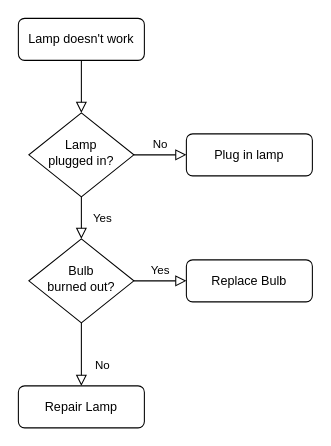
ywdlucking/uml keeps this draw.io diagram as 流程.drawio. Above is the earlier version. Source tidied: cells renumbered, new cells numbered last; positions are measured from the earlier drawing's top-left corner, leaving out a move shared by most shapes. Both pictures are drawn from the tidied source at 105%, with x=0, y=0 at pixel (18, 18).
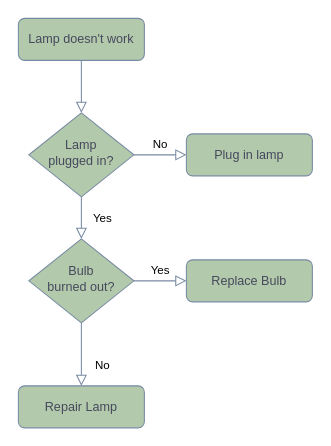
The same diagram, later.

Change to the diagram source:
```diff
@@
 <mxGraphModel>
   <root>
     <mxCell id="0" />
     <mxCell id="1" parent="0" />
-    <mxCell id="2" style="rounded=0;html=1;jettySize=auto;fontSize=11;endArrow=block;endFill=0;endSize=8;strokeWidth=1;shadow=0;labelBackgroundColor=none;edgeStyle=orthogonalEdgeStyle;" parent="1" edge="1" source="3" target="6">
+    <mxCell id="2" style="rounded=0;html=1;jettySize=auto;fontSize=11;endArrow=block;endFill=0;endSize=8;strokeWidth=1;shadow=0;labelBackgroundColor=none;edgeStyle=orthogonalEdgeStyle;strokeColor=#788AA3;fontColor=default;" parent="1" edge="1" source="3" target="6">
       <mxGeometry relative="1" as="geometry" />
     </mxCell>
-    <mxCell id="3" value="Lamp doesn't work" style="rounded=1;whiteSpace=wrap;html=1;fontSize=12;glass=0;strokeWidth=1;shadow=0;" parent="1" vertex="1">
+    <mxCell id="3" value="Lamp doesn't work" style="rounded=1;whiteSpace=wrap;html=1;fontSize=12;glass=0;strokeWidth=1;shadow=0;labelBackgroundColor=none;fillColor=#B2C9AB;strokeColor=#788AA3;fontColor=#46495D;" parent="1" vertex="1">
       <mxGeometry width="120" height="40" as="geometry" />
     </mxCell>
-    <mxCell id="4" value="Yes" style="rounded=0;html=1;jettySize=auto;fontSize=11;endArrow=block;endFill=0;endSize=8;strokeWidth=1;shadow=0;labelBackgroundColor=none;edgeStyle=orthogonalEdgeStyle;" parent="1" edge="1" source="6" target="10">
+    <mxCell id="4" value="Yes" style="rounded=0;html=1;jettySize=auto;fontSize=11;endArrow=block;endFill=0;endSize=8;strokeWidth=1;shadow=0;labelBackgroundColor=none;edgeStyle=orthogonalEdgeStyle;strokeColor=#788AA3;fontColor=default;" parent="1" edge="1" source="6" target="10">
       <mxGeometry y="20" relative="1" as="geometry" />
     </mxCell>
-    <mxCell id="5" value="No" style="edgeStyle=orthogonalEdgeStyle;rounded=0;html=1;jettySize=auto;fontSize=11;endArrow=block;endFill=0;endSize=8;strokeWidth=1;shadow=0;labelBackgroundColor=none;" parent="1" edge="1" source="6" target="7">
+    <mxCell id="5" value="No" style="edgeStyle=orthogonalEdgeStyle;rounded=0;html=1;jettySize=auto;fontSize=11;endArrow=block;endFill=0;endSize=8;strokeWidth=1;shadow=0;labelBackgroundColor=none;strokeColor=#788AA3;fontColor=default;" parent="1" edge="1" source="6" target="7">
       <mxGeometry y="10" relative="1" as="geometry" />
     </mxCell>
-    <mxCell id="6" value="Lamp&lt;br&gt;plugged in?" style="rhombus;whiteSpace=wrap;html=1;shadow=0;fontFamily=Helvetica;fontSize=12;align=center;strokeWidth=1;spacing=6;spacingTop=-4;" parent="1" vertex="1">
+    <mxCell id="6" value="Lamp&lt;br&gt;plugged in?" style="rhombus;whiteSpace=wrap;html=1;shadow=0;fontFamily=Helvetica;fontSize=12;align=center;strokeWidth=1;spacing=6;spacingTop=-4;labelBackgroundColor=none;fillColor=#B2C9AB;strokeColor=#788AA3;fontColor=#46495D;" parent="1" vertex="1">
       <mxGeometry x="10" y="90" width="100" height="80" as="geometry" />
     </mxCell>
-    <mxCell id="7" value="Plug in lamp" style="rounded=1;whiteSpace=wrap;html=1;fontSize=12;glass=0;strokeWidth=1;shadow=0;" parent="1" vertex="1">
+    <mxCell id="7" value="Plug in lamp" style="rounded=1;whiteSpace=wrap;html=1;fontSize=12;glass=0;strokeWidth=1;shadow=0;labelBackgroundColor=none;fillColor=#B2C9AB;strokeColor=#788AA3;fontColor=#46495D;" parent="1" vertex="1">
       <mxGeometry x="160" y="110" width="120" height="40" as="geometry" />
     </mxCell>
-    <mxCell id="8" value="No" style="rounded=0;html=1;jettySize=auto;fontSize=11;endArrow=block;endFill=0;endSize=8;strokeWidth=1;shadow=0;labelBackgroundColor=none;edgeStyle=orthogonalEdgeStyle;" parent="1" edge="1" source="10" target="11">
+    <mxCell id="8" value="No" style="rounded=0;html=1;jettySize=auto;fontSize=11;endArrow=block;endFill=0;endSize=8;strokeWidth=1;shadow=0;labelBackgroundColor=none;edgeStyle=orthogonalEdgeStyle;strokeColor=#788AA3;fontColor=default;" parent="1" edge="1" source="10" target="11">
       <mxGeometry x="0.33" y="20" relative="1" as="geometry" />
     </mxCell>
-    <mxCell id="9" value="Yes" style="edgeStyle=orthogonalEdgeStyle;rounded=0;html=1;jettySize=auto;fontSize=11;endArrow=block;endFill=0;endSize=8;strokeWidth=1;shadow=0;labelBackgroundColor=none;" parent="1" edge="1" source="10" target="12">
+    <mxCell id="9" value="Yes" style="edgeStyle=orthogonalEdgeStyle;rounded=0;html=1;jettySize=auto;fontSize=11;endArrow=block;endFill=0;endSize=8;strokeWidth=1;shadow=0;labelBackgroundColor=none;strokeColor=#788AA3;fontColor=default;" parent="1" edge="1" source="10" target="12">
       <mxGeometry y="10" relative="1" as="geometry" />
     </mxCell>
-    <mxCell id="10" value="Bulb&lt;br&gt;burned out?" style="rhombus;whiteSpace=wrap;html=1;shadow=0;fontFamily=Helvetica;fontSize=12;align=center;strokeWidth=1;spacing=6;spacingTop=-4;" parent="1" vertex="1">
+    <mxCell id="10" value="Bulb&lt;br&gt;burned out?" style="rhombus;whiteSpace=wrap;html=1;shadow=0;fontFamily=Helvetica;fontSize=12;align=center;strokeWidth=1;spacing=6;spacingTop=-4;labelBackgroundColor=none;fillColor=#B2C9AB;strokeColor=#788AA3;fontColor=#46495D;" parent="1" vertex="1">
       <mxGeometry x="10" y="210" width="100" height="80" as="geometry" />
     </mxCell>
-    <mxCell id="11" value="Repair Lamp" style="rounded=1;whiteSpace=wrap;html=1;fontSize=12;glass=0;strokeWidth=1;shadow=0;" parent="1" vertex="1">
+    <mxCell id="11" value="Repair Lamp" style="rounded=1;whiteSpace=wrap;html=1;fontSize=12;glass=0;strokeWidth=1;shadow=0;labelBackgroundColor=none;fillColor=#B2C9AB;strokeColor=#788AA3;fontColor=#46495D;" parent="1" vertex="1">
       <mxGeometry y="350" width="120" height="40" as="geometry" />
     </mxCell>
-    <mxCell id="12" value="Replace Bulb" style="rounded=1;whiteSpace=wrap;html=1;fontSize=12;glass=0;strokeWidth=1;shadow=0;" parent="1" vertex="1">
+    <mxCell id="12" value="Replace Bulb" style="rounded=1;whiteSpace=wrap;html=1;fontSize=12;glass=0;strokeWidth=1;shadow=0;labelBackgroundColor=none;fillColor=#B2C9AB;strokeColor=#788AA3;fontColor=#46495D;" parent="1" vertex="1">
       <mxGeometry x="160" y="230" width="120" height="40" as="geometry" />
     </mxCell>
   </root>
 </mxGraphModel>
```
